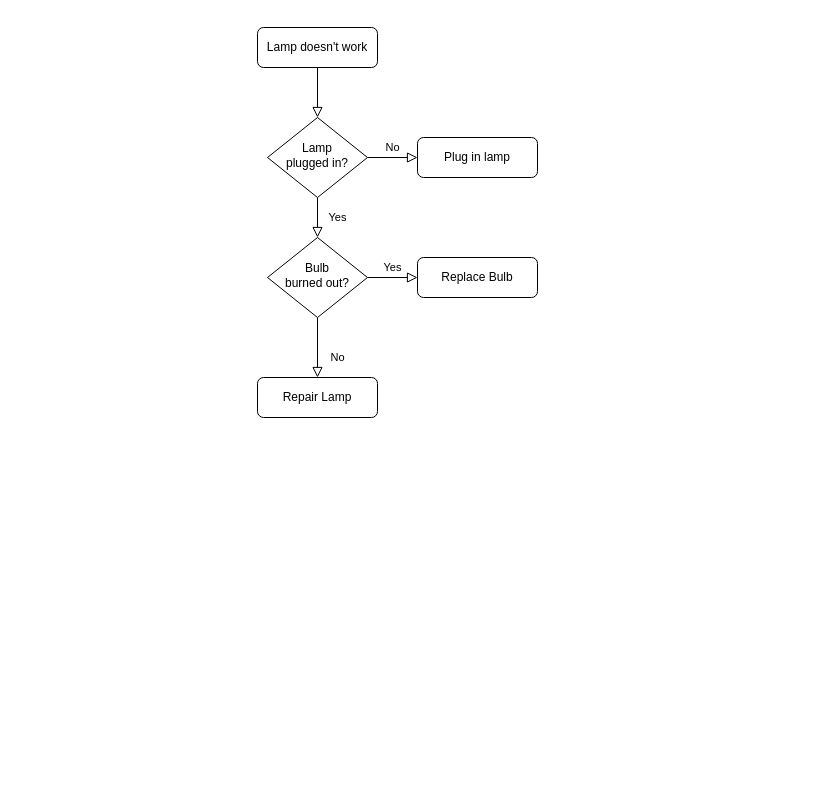
This is Untitled Diagram.drawio from DaMooW/highman, a draw.io file, before an edit. Source tidied: cells renumbered, new cells numbered last; positions are measured from the earlier drawing's top-left corner, leaving out a move shared by most shapes. Both pictures are drawn from the tidied source at 100%, with x=0, y=0 at pixel (257, 27).
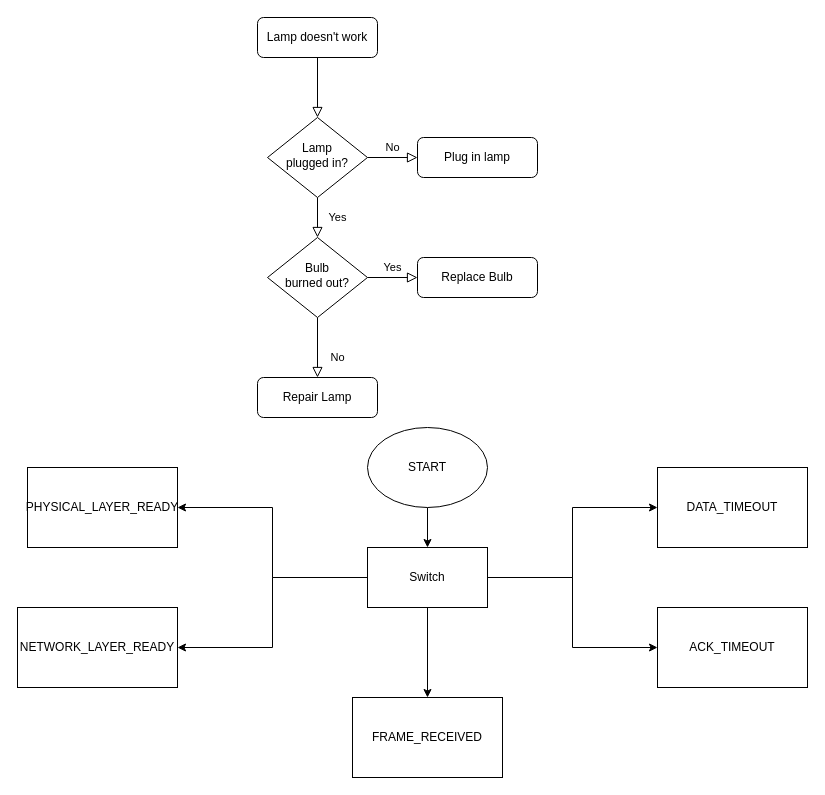
The same diagram, later.

Diff of the diagram source:
```diff
@@
     <mxCell id="3" value="Lamp doesn't work" style="rounded=1;whiteSpace=wrap;html=1;fontSize=12;glass=0;strokeWidth=1;shadow=0;" parent="1" vertex="1">
-      <mxGeometry width="120" height="40" as="geometry" />
+      <mxGeometry y="-10" width="120" height="40" as="geometry" />
     </mxCell>
@@
+    <mxCell id="13" style="edgeStyle=orthogonalEdgeStyle;rounded=0;jettySize=auto;html=1;exitX=0.5;exitY=1;exitDx=0;exitDy=0;entryX=0.5;entryY=0;entryDx=0;entryDy=0;" parent="1" edge="1" source="14" target="20">
+      <mxGeometry relative="1" as="geometry" />
+    </mxCell>
+    <mxCell id="14" value="START" style="ellipse;whiteSpace=wrap;html=1;" parent="1" vertex="1">
+      <mxGeometry x="110" y="400" width="120" height="80" as="geometry" />
+    </mxCell>
+    <mxCell id="15" style="edgeStyle=orthogonalEdgeStyle;rounded=0;jettySize=auto;html=1;exitX=0.5;exitY=1;exitDx=0;exitDy=0;" parent="1" edge="1" source="20" target="22">
+      <mxGeometry relative="1" as="geometry" />
+    </mxCell>
+    <mxCell id="16" style="edgeStyle=orthogonalEdgeStyle;rounded=0;jettySize=auto;html=1;" parent="1" edge="1" source="20" target="23">
+      <mxGeometry relative="1" as="geometry" />
+    </mxCell>
+    <mxCell id="17" style="edgeStyle=orthogonalEdgeStyle;rounded=0;jettySize=auto;html=1;" parent="1" edge="1" source="20" target="21">
+      <mxGeometry relative="1" as="geometry" />
+    </mxCell>
+    <mxCell id="18" style="edgeStyle=orthogonalEdgeStyle;rounded=0;jettySize=auto;html=1;" parent="1" edge="1" source="20" target="25">
+      <mxGeometry relative="1" as="geometry" />
+    </mxCell>
+    <mxCell id="19" style="edgeStyle=orthogonalEdgeStyle;rounded=0;jettySize=auto;html=1;" parent="1" edge="1" source="20" target="24">
+      <mxGeometry relative="1" as="geometry" />
+    </mxCell>
+    <mxCell id="20" value="Switch" style="rounded=0;whiteSpace=wrap;html=1;" parent="1" vertex="1">
+      <mxGeometry x="110" y="520" width="120" height="60" as="geometry" />
+    </mxCell>
+    <mxCell id="21" value="NETWORK_LAYER_READY" style="rounded=0;whiteSpace=wrap;html=1;" parent="1" vertex="1">
+      <mxGeometry x="-240" y="580" width="160" height="80" as="geometry" />
+    </mxCell>
+    <mxCell id="22" value="FRAME_RECEIVED" style="rounded=0;whiteSpace=wrap;html=1;" parent="1" vertex="1">
+      <mxGeometry x="95" y="670" width="150" height="80" as="geometry" />
+    </mxCell>
+    <mxCell id="23" value="PHYSICAL_LAYER_READY" style="rounded=0;whiteSpace=wrap;html=1;" parent="1" vertex="1">
+      <mxGeometry x="-230" y="440" width="150" height="80" as="geometry" />
+    </mxCell>
+    <mxCell id="24" value="ACK_TIMEOUT" style="rounded=0;whiteSpace=wrap;html=1;" parent="1" vertex="1">
+      <mxGeometry x="400" y="580" width="150" height="80" as="geometry" />
+    </mxCell>
+    <mxCell id="25" value="DATA_TIMEOUT" style="rounded=0;whiteSpace=wrap;html=1;" parent="1" vertex="1">
+      <mxGeometry x="400" y="440" width="150" height="80" as="geometry" />
+    </mxCell>
```
